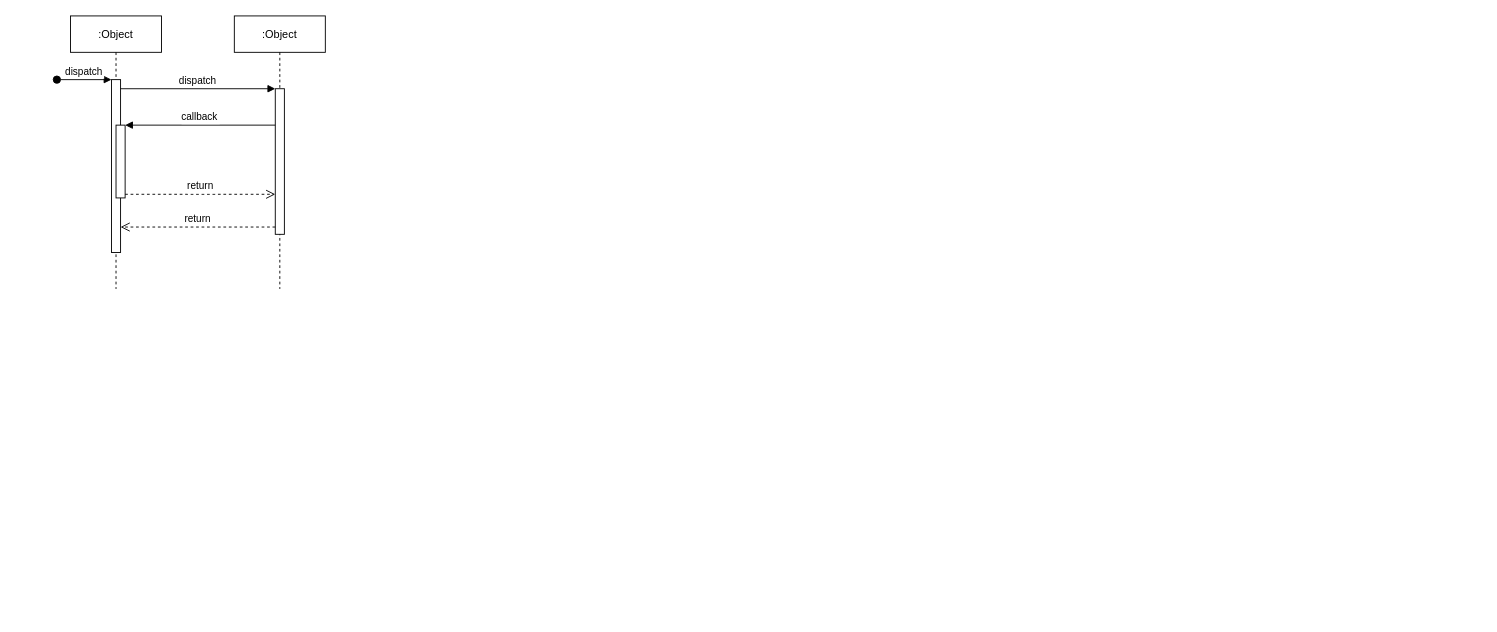
Before: Untitled Diagram.drawio in jahan19011noor/university_project, a draw.io diagram. Source tidied: cells renumbered, new cells numbered last; positions are measured from the earlier drawing's top-left corner, leaving out a move shared by most shapes. Both pictures are drawn from the tidied source at 91%, with x=0, y=0 at pixel (56, 15).
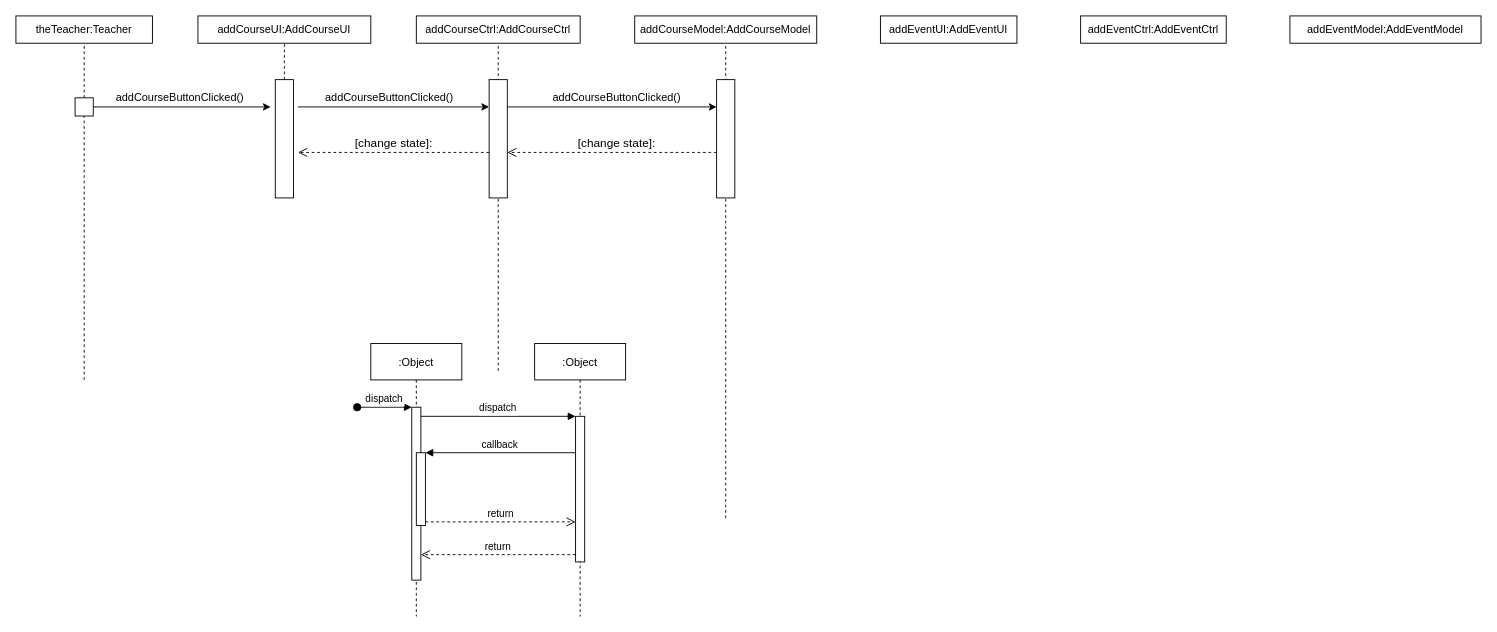
After the change.

The change refers to these unchanged cells:
```xml
<mxCell id="3" style="points=[];perimeter=orthogonalPerimeter;rounded=0;shadow=0;strokeWidth=1;" parent="2" vertex="1">
  <mxGeometry x="45" y="70" width="10" height="190" as="geometry" />
</mxCell>
<mxCell id="5" style="points=[];perimeter=orthogonalPerimeter;rounded=0;shadow=0;strokeWidth=1;" parent="2" vertex="1">
  <mxGeometry x="50" y="120" width="10" height="80" as="geometry" />
</mxCell>
<mxCell id="7" style="points=[];perimeter=orthogonalPerimeter;rounded=0;shadow=0;strokeWidth=1;" parent="6" vertex="1">
  <mxGeometry x="45" y="80" width="10" height="160" as="geometry" />
</mxCell>
```

Diff of the diagram source:
```diff
@@
+    <mxCell id="12" style="group;" parent="1" vertex="1">
+      <mxGeometry x="345" y="360" width="280" height="300" as="geometry" />
+    </mxCell>
-    <mxCell id="2" value=":Object" style="shape=umlLifeline;perimeter=lifelinePerimeter;rounded=0;shadow=0;strokeWidth=1;" parent="1" vertex="1">
-      <mxGeometry x="15" width="100" height="300" as="geometry" />
+    <mxCell id="2" value=":Object" style="shape=umlLifeline;perimeter=lifelinePerimeter;rounded=0;shadow=0;strokeWidth=1;" parent="12" vertex="1">
+      <mxGeometry width="100" height="300" as="geometry" />
     </mxCell>
@@
-    <mxCell id="6" value=":Object" style="shape=umlLifeline;perimeter=lifelinePerimeter;rounded=0;shadow=0;strokeWidth=1;" parent="1" vertex="1">
-      <mxGeometry x="195" width="100" height="300" as="geometry" />
+    <mxCell id="6" value=":Object" style="shape=umlLifeline;perimeter=lifelinePerimeter;rounded=0;shadow=0;strokeWidth=1;" parent="12" vertex="1">
+      <mxGeometry x="180" width="100" height="300" as="geometry" />
     </mxCell>
@@
-    <mxCell id="8" value="return" style="verticalAlign=bottom;endArrow=open;dashed=1;endSize=8;exitX=0;exitY=0.95;shadow=0;strokeWidth=1;" parent="1" edge="1" source="7" target="3">
+    <mxCell id="8" value="return" style="verticalAlign=bottom;endArrow=open;dashed=1;endSize=8;exitX=0;exitY=0.95;shadow=0;strokeWidth=1;" parent="12" edge="1" source="7" target="3">
       <mxGeometry relative="1" as="geometry" />
     </mxCell>
-    <mxCell id="9" value="dispatch" style="verticalAlign=bottom;endArrow=block;entryX=0;entryY=0;shadow=0;strokeWidth=1;" parent="1" edge="1" source="3" target="7">
+    <mxCell id="9" value="dispatch" style="verticalAlign=bottom;endArrow=block;entryX=0;entryY=0;shadow=0;strokeWidth=1;" parent="12" edge="1" source="3" target="7">
       <mxGeometry relative="1" as="geometry" />
     </mxCell>
-    <mxCell id="10" value="callback" style="verticalAlign=bottom;endArrow=block;entryX=1;entryY=0;shadow=0;strokeWidth=1;" parent="1" edge="1" source="7" target="5">
+    <mxCell id="10" value="callback" style="verticalAlign=bottom;endArrow=block;entryX=1;entryY=0;shadow=0;strokeWidth=1;" parent="12" edge="1" source="7" target="5">
       <mxGeometry relative="1" as="geometry" />
     </mxCell>
-    <mxCell id="11" value="return" style="verticalAlign=bottom;endArrow=open;dashed=1;endSize=8;exitX=1;exitY=0.95;shadow=0;strokeWidth=1;" parent="1" edge="1" source="5" target="7">
+    <mxCell id="11" value="return" style="verticalAlign=bottom;endArrow=open;dashed=1;endSize=8;exitX=1;exitY=0.95;shadow=0;strokeWidth=1;" parent="12" edge="1" source="5" target="7">
       <mxGeometry relative="1" as="geometry" />
     </mxCell>
+    <mxCell id="13" value="theTeacher:Teacher" style="rounded=0;whiteSpace=wrap;html=1;" parent="1" vertex="1">
+      <mxGeometry x="-45" width="150" height="30" as="geometry" />
+    </mxCell>
+    <mxCell id="14" value="addCourseUI:AddCourseUI" style="rounded=0;whiteSpace=wrap;html=1;" parent="1" vertex="1">
+      <mxGeometry x="155" width="190" height="30" as="geometry" />
+    </mxCell>
+    <mxCell id="15" value="addCourseCtrl:AddCourseCtrl" style="rounded=0;whiteSpace=wrap;html=1;" parent="1" vertex="1">
+      <mxGeometry x="395" width="180" height="30" as="geometry" />
+    </mxCell>
+    <mxCell id="16" value="addCourseModel:AddCourseModel" style="rounded=0;whiteSpace=wrap;html=1;" parent="1" vertex="1">
+      <mxGeometry x="635" width="200" height="30" as="geometry" />
+    </mxCell>
+    <mxCell id="17" value="addEventUI:AddEventUI" style="rounded=0;whiteSpace=wrap;html=1;" parent="1" vertex="1">
+      <mxGeometry x="905" width="150" height="30" as="geometry" />
+    </mxCell>
+    <mxCell id="18" value="addEventModel:AddEventModel" style="rounded=0;whiteSpace=wrap;html=1;" parent="1" vertex="1">
+      <mxGeometry x="1355" width="210" height="30" as="geometry" />
+    </mxCell>
+    <mxCell id="19" value="addEventCtrl:AddEventCtrl" style="rounded=0;whiteSpace=wrap;html=1;" parent="1" vertex="1">
+      <mxGeometry x="1125" width="160" height="30" as="geometry" />
+    </mxCell>
+    <mxCell id="20" style="endArrow=none;dashed=1;html=1;rounded=0;entryX=0.5;entryY=1;entryDx=0;entryDy=0;startArrow=none;" parent="1" edge="1" source="25" target="13">
+      <mxGeometry relative="1" as="geometry" />
+    </mxCell>
+    <mxCell id="21" style="endArrow=none;dashed=1;html=1;rounded=0;entryX=0.5;entryY=1;entryDx=0;entryDy=0;startArrow=none;" parent="1" edge="1" source="22" target="14">
+      <mxGeometry relative="1" as="geometry" />
+    </mxCell>
+    <mxCell id="22" style="rounded=0;whiteSpace=wrap;html=1;" parent="1" vertex="1">
+      <mxGeometry x="240" y="70" width="20" height="130" as="geometry" />
+    </mxCell>
+    <mxCell id="23" style="endArrow=none;dashed=1;html=1;rounded=0;entryX=0.5;entryY=1;entryDx=0;entryDy=0;" parent="1" edge="1" target="15">
+      <mxGeometry relative="1" as="geometry">
+        <mxPoint x="485" y="390" as="sourcePoint" />
+      </mxGeometry>
+    </mxCell>
+    <mxCell id="24" style="rounded=0;whiteSpace=wrap;html=1;" parent="1" vertex="1">
+      <mxGeometry x="475" y="70" width="20" height="130" as="geometry" />
+    </mxCell>
+    <mxCell id="25" style="whiteSpace=wrap;html=1;" parent="1" vertex="1">
+      <mxGeometry x="20" y="90" width="20" height="20" as="geometry" />
+    </mxCell>
+    <mxCell id="26" style="endArrow=none;dashed=1;html=1;rounded=0;entryX=0.5;entryY=1;entryDx=0;entryDy=0;" parent="1" edge="1" target="25">
+      <mxGeometry relative="1" as="geometry">
+        <mxPoint x="30" y="400" as="sourcePoint" />
+      </mxGeometry>
+    </mxCell>
+    <mxCell id="27" style="group;" parent="1" vertex="1">
+      <mxGeometry x="55" y="80" width="160" height="20" as="geometry" />
+    </mxCell>
+    <mxCell id="28" style="endArrow=classic;html=1;rounded=0;exitX=1;exitY=0.5;exitDx=0;exitDy=0;" parent="27" edge="1" source="25">
+      <mxGeometry relative="1" as="geometry">
+        <mxPoint x="180" y="20" as="targetPoint" />
+      </mxGeometry>
+    </mxCell>
+    <mxCell id="29" value="addCourseButtonClicked()" style="text;html=1;align=center;verticalAlign=middle;strokeColor=none;fillColor=none;" parent="27" vertex="1">
+      <mxGeometry width="160" height="20" as="geometry" />
+    </mxCell>
+    <mxCell id="30" style="endArrow=classic;html=1;rounded=0;" parent="1" edge="1">
+      <mxGeometry relative="1" as="geometry">
+        <mxPoint x="265" y="100" as="sourcePoint" />
+        <mxPoint x="475" y="100" as="targetPoint" />
+      </mxGeometry>
+    </mxCell>
+    <mxCell id="31" value="addCourseButtonClicked()" style="text;html=1;align=center;verticalAlign=middle;strokeColor=none;fillColor=none;" parent="1" vertex="1">
+      <mxGeometry x="285" y="80" width="160" height="20" as="geometry" />
+    </mxCell>
+    <mxCell id="32" style="endArrow=none;dashed=1;html=1;rounded=0;entryX=0.5;entryY=1;entryDx=0;entryDy=0;" parent="1" edge="1" target="16">
+      <mxGeometry relative="1" as="geometry">
+        <mxPoint x="735" y="552" as="sourcePoint" />
+      </mxGeometry>
+    </mxCell>
+    <mxCell id="33" style="rounded=0;whiteSpace=wrap;html=1;" parent="1" vertex="1">
+      <mxGeometry x="725" y="70" width="20" height="130" as="geometry" />
+    </mxCell>
+    <mxCell id="34" style="endArrow=classic;html=1;rounded=0;" parent="1" edge="1">
+      <mxGeometry relative="1" as="geometry">
+        <mxPoint x="495" y="100" as="sourcePoint" />
+        <mxPoint x="725" y="100" as="targetPoint" />
+      </mxGeometry>
+    </mxCell>
+    <mxCell id="35" value="addCourseButtonClicked()" style="text;html=1;align=center;verticalAlign=middle;strokeColor=none;fillColor=none;" parent="1" vertex="1">
+      <mxGeometry x="535" y="80" width="160" height="20" as="geometry" />
+    </mxCell>
+    <mxCell id="36" value="&lt;font style=&quot;font-size: 13px&quot;&gt;[change state]:&lt;/font&gt;" style="html=1;verticalAlign=bottom;endArrow=open;dashed=1;endSize=8;rounded=0;" parent="1" edge="1">
+      <mxGeometry x="-0.04" relative="1" as="geometry">
+        <mxPoint x="725" y="150" as="sourcePoint" />
+        <mxPoint x="495" y="150" as="targetPoint" />
+        <Array as="points">
+          <mxPoint x="625" y="150" />
+        </Array>
+      </mxGeometry>
+    </mxCell>
+    <mxCell id="37" value="&lt;font style=&quot;font-size: 13px&quot;&gt;[change state]:&lt;/font&gt;" style="html=1;verticalAlign=bottom;endArrow=open;dashed=1;endSize=8;rounded=0;" parent="1" edge="1">
+      <mxGeometry relative="1" as="geometry">
+        <mxPoint x="475" y="150" as="sourcePoint" />
+        <mxPoint x="265" y="150" as="targetPoint" />
+        <Array as="points">
+          <mxPoint x="365" y="150" />
+        </Array>
+      </mxGeometry>
+    </mxCell>
```
